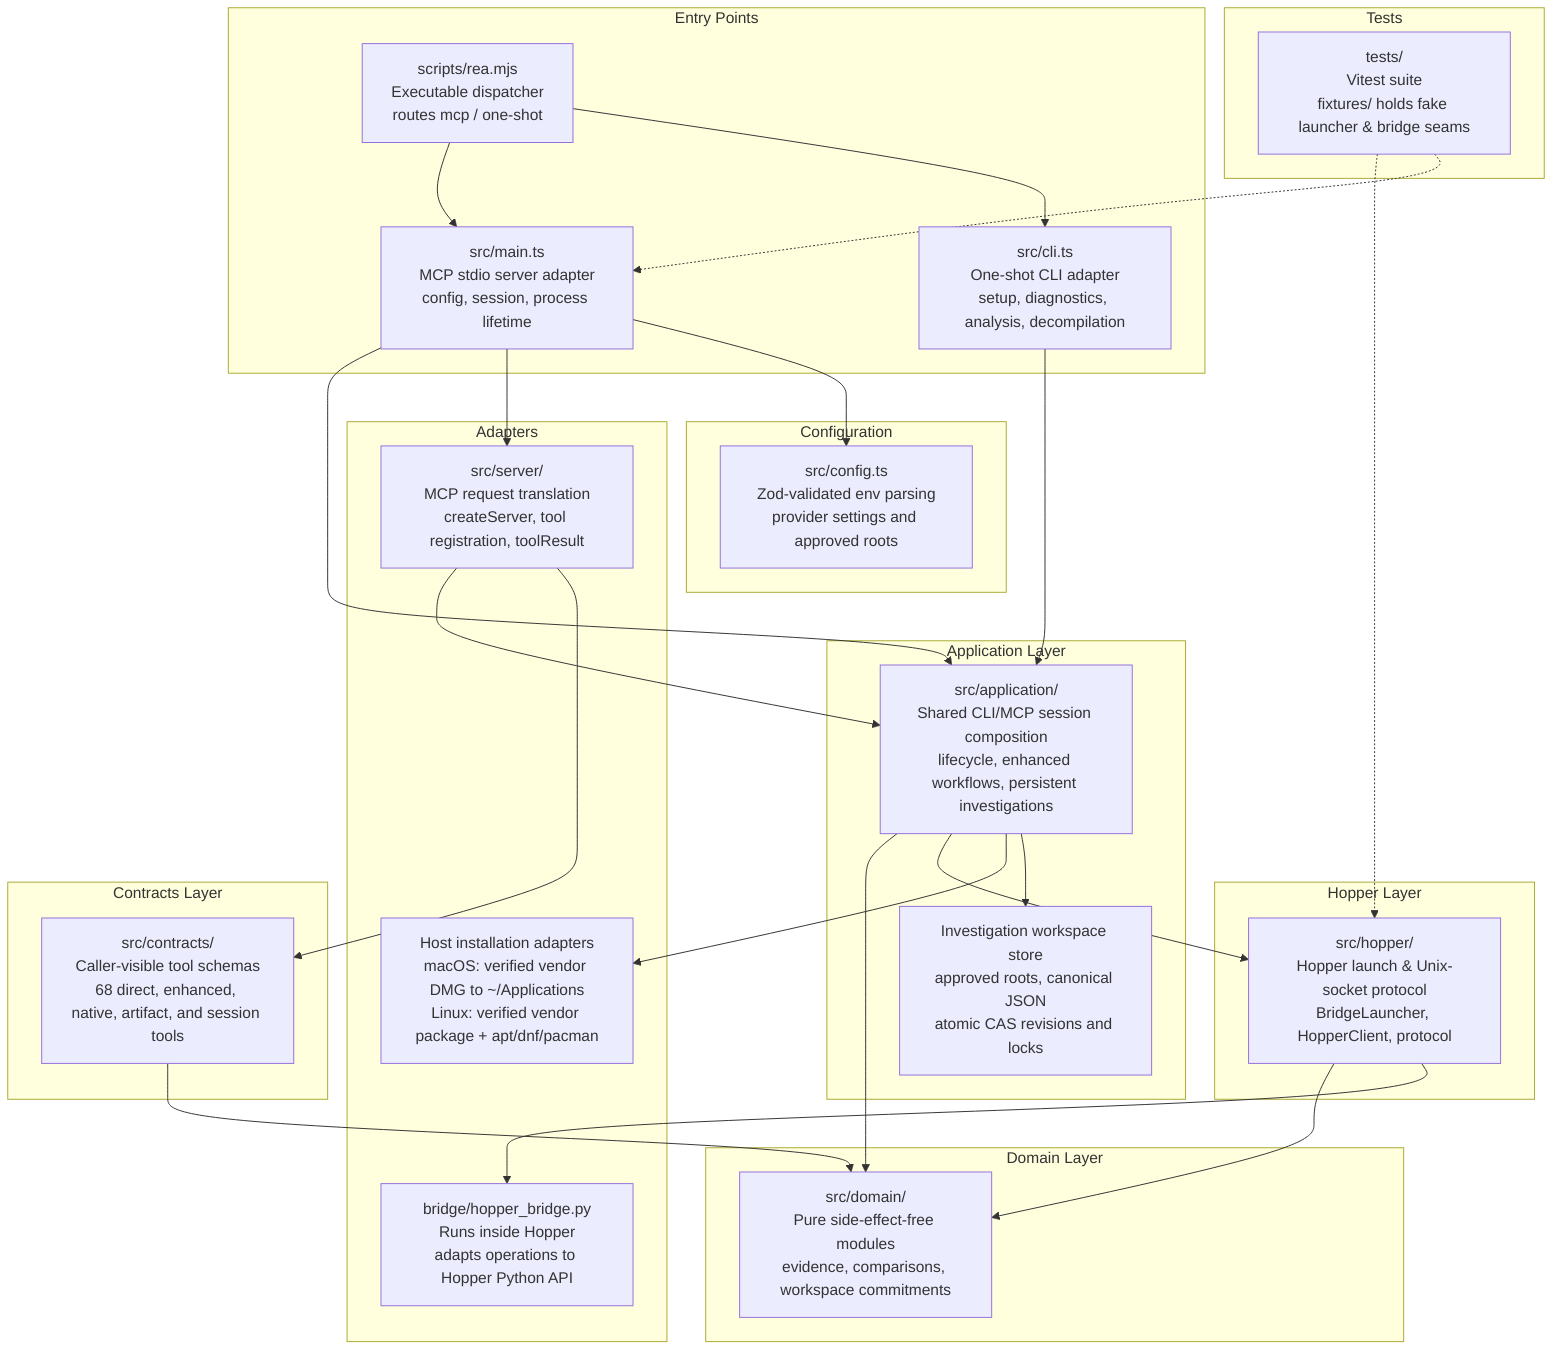
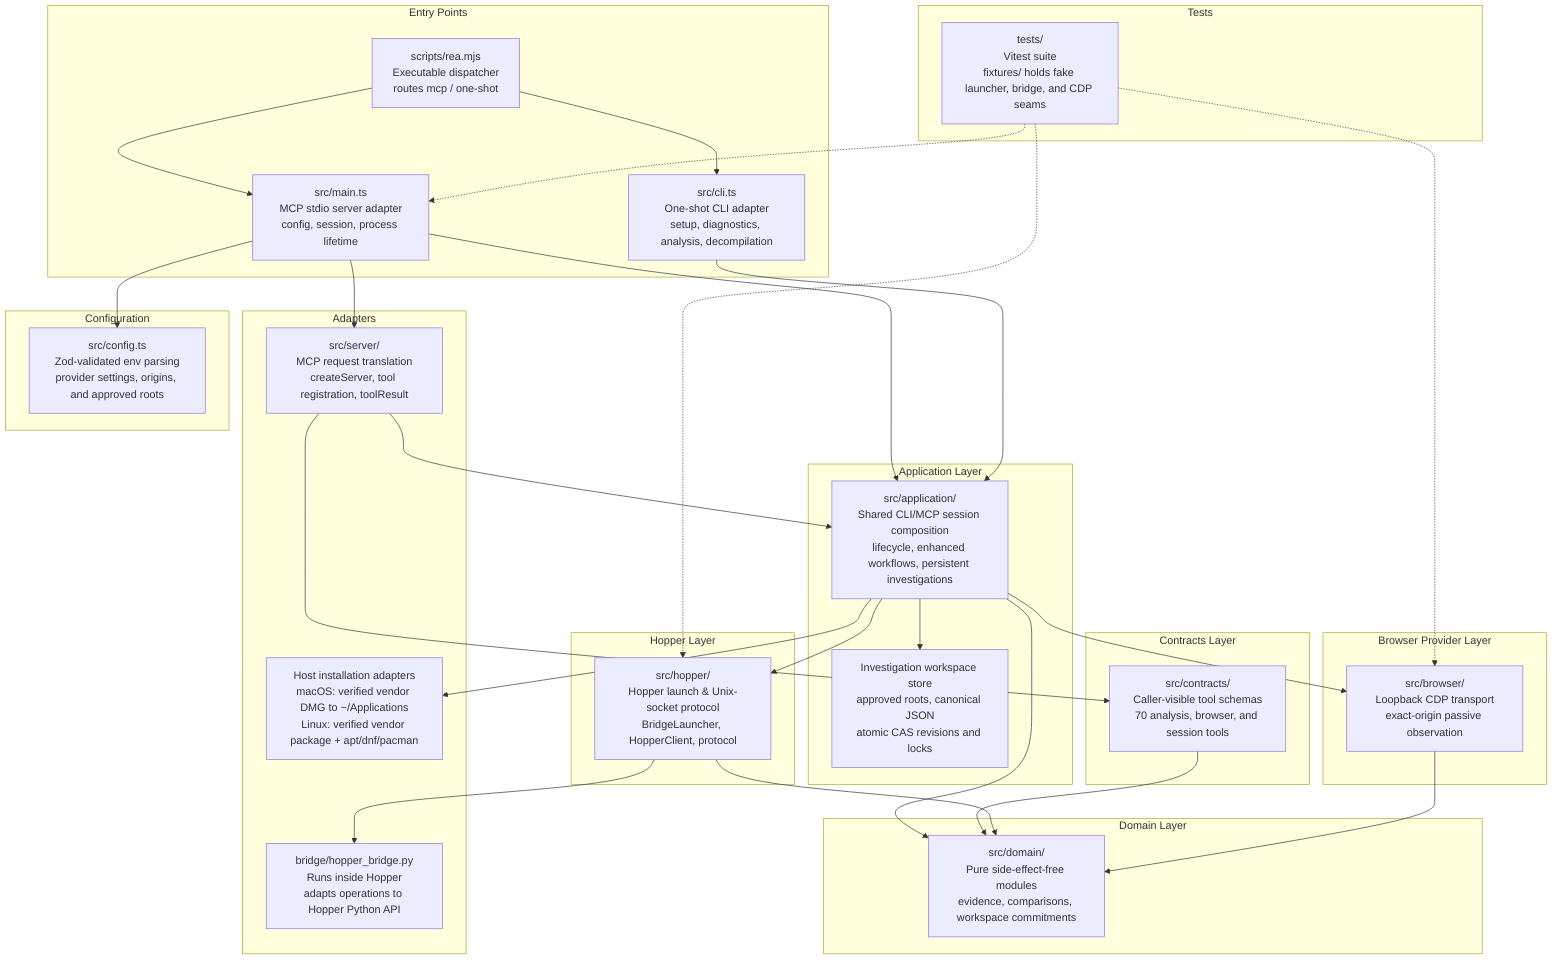
graph TD
    subgraph "Entry Points"
        CLI["src/cli.ts<br/>One-shot CLI adapter<br/>setup, diagnostics, analysis, decompilation"]
        MAIN["src/main.ts<br/>MCP stdio server adapter<br/>config, session, process lifetime"]
        DISPATCH["scripts/rea.mjs<br/>Executable dispatcher<br/>routes mcp / one-shot"]
    end

    subgraph "Adapters"
        SERVER["src/server/<br/>MCP request translation<br/>createServer, tool registration, toolResult"]
        BRIDGE["bridge/hopper_bridge.py<br/>Runs inside Hopper<br/>adapts operations to Hopper Python API"]
        INSTALL["Host installation adapters<br/>macOS: verified vendor DMG to ~/Applications<br/>Linux: verified vendor package + apt/dnf/pacman"]
    end

    subgraph "Application Layer"
        APP["src/application/<br/>Shared CLI/MCP session composition<br/>lifecycle, enhanced workflows, persistent investigations"]
        WORKSPACE["Investigation workspace store<br/>approved roots, canonical JSON<br/>atomic CAS revisions and locks"]
    end

    subgraph "Hopper Layer"
        HOPPER["src/hopper/<br/>Hopper launch & Unix-socket protocol<br/>BridgeLauncher, HopperClient, protocol"]
    end

+     subgraph "Browser Provider Layer"
+         BROWSER["src/browser/<br/>Loopback CDP transport<br/>exact-origin passive observation"]
+     end
+ 
    subgraph "Contracts Layer"
-         CONTRACTS["src/contracts/<br/>Caller-visible tool schemas<br/>68 direct, enhanced, native, artifact, and session tools"]
+         CONTRACTS["src/contracts/<br/>Caller-visible tool schemas<br/>70 analysis, browser, and session tools"]
    end

    subgraph "Domain Layer"
        DOMAIN["src/domain/<br/>Pure side-effect-free modules<br/>evidence, comparisons, workspace commitments"]
    end

    subgraph "Configuration"
-         CONFIG["src/config.ts<br/>Zod-validated env parsing<br/>provider settings and approved roots"]
+         CONFIG["src/config.ts<br/>Zod-validated env parsing<br/>provider settings, origins, and approved roots"]
    end

    subgraph "Tests"
-         TESTS["tests/<br/>Vitest suite<br/>fixtures/ holds fake launcher & bridge seams"]
+         TESTS["tests/<br/>Vitest suite<br/>fixtures/ holds fake launcher, bridge, and CDP seams"]
    end

    DISPATCH --> CLI
    DISPATCH --> MAIN
    MAIN --> CONFIG
    MAIN --> SERVER
    MAIN --> APP
    CLI --> APP
    APP --> WORKSPACE
    APP --> INSTALL
    SERVER --> CONTRACTS
    SERVER --> APP
    APP --> HOPPER
+     APP --> BROWSER
    HOPPER --> BRIDGE
    APP --> DOMAIN
    CONTRACTS --> DOMAIN
    HOPPER --> DOMAIN
+     BROWSER --> DOMAIN
    TESTS -.-> MAIN
    TESTS -.-> HOPPER
+     TESTS -.-> BROWSER
